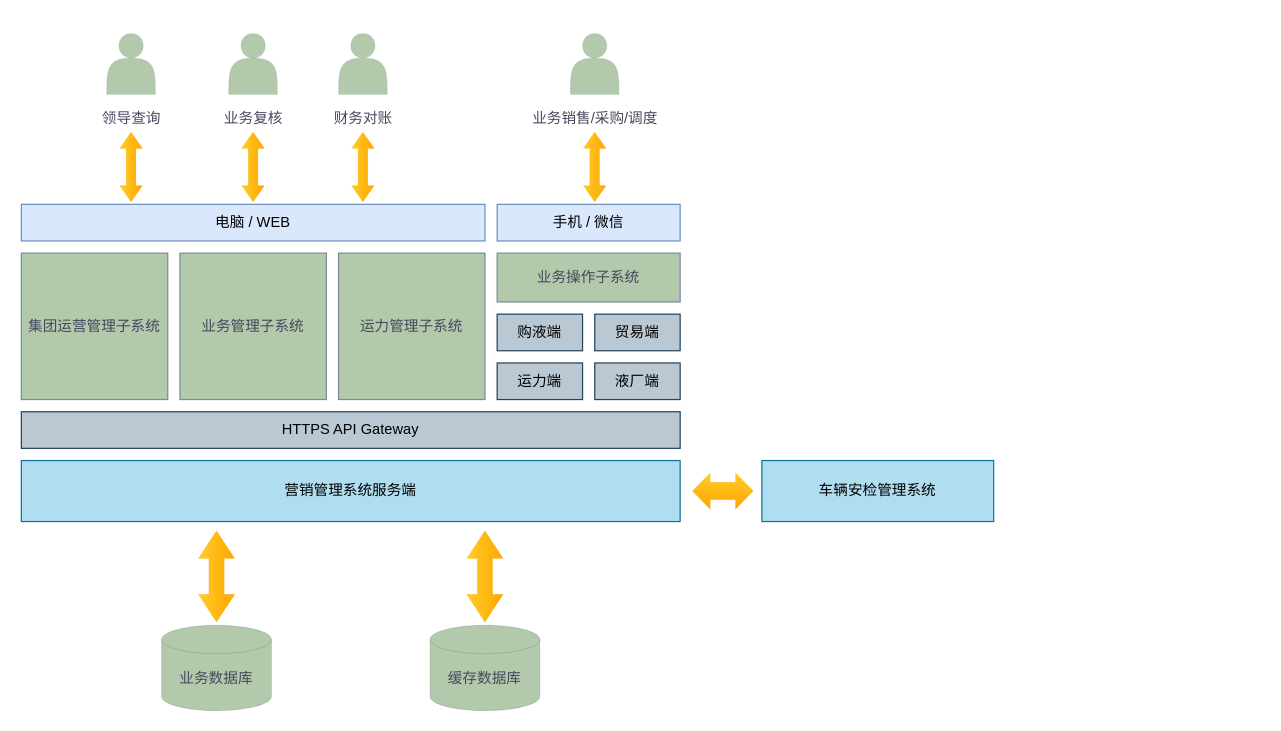
Before: Untitled Diagram.drawio in daijingjing/daijingjing.github.io, a draw.io diagram. Source tidied: cells renumbered, new cells numbered last; positions are measured from the earlier drawing's top-left corner, leaving out a move shared by most shapes. Both pictures are drawn from the tidied source at 122%, with x=0, y=0 at pixel (21, 21).
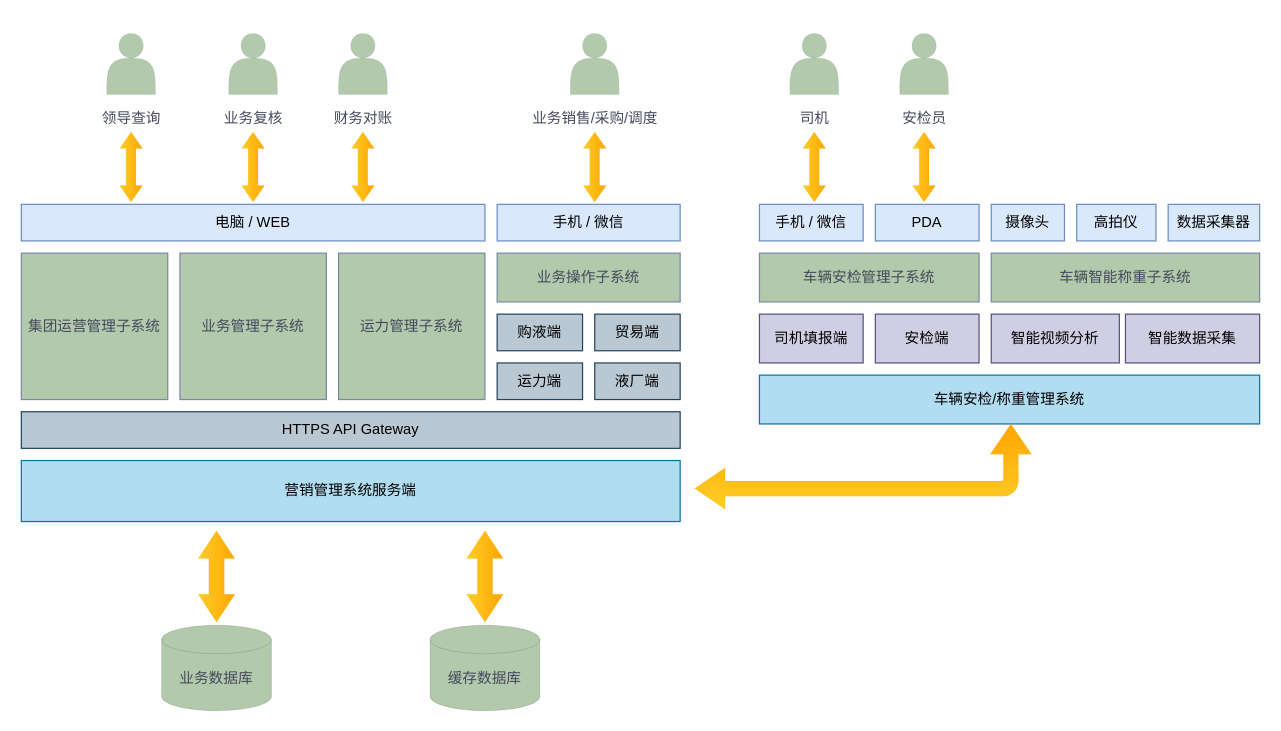
The same diagram, later.

Diff of the diagram source:
```diff
@@
-    <mxCell id="34" value="车辆安检管理系统" style="rounded=0;whiteSpace=wrap;html=1;fillColor=#b1ddf0;strokeColor=#10739e;" parent="1" vertex="1">
-      <mxGeometry x="607" y="360" width="190" height="50" as="geometry" />
+    <mxCell id="34" value="车辆安检/称重管理系统" style="rounded=0;whiteSpace=wrap;html=1;fillColor=#b1ddf0;strokeColor=#10739e;" parent="1" vertex="1">
+      <mxGeometry x="605" y="290" width="410" height="40" as="geometry" />
     </mxCell>
-    <mxCell id="35" style="html=1;shadow=0;dashed=0;align=center;verticalAlign=middle;shape=mxgraph.arrows2.twoWayArrow;dy=0.52;dx=14.67;rounded=0;sketch=0;strokeColor=#d79b00;strokeWidth=0;fillColor=#ffcd28;rotation=0;gradientColor=#ffa500;" parent="1" vertex="1">
-      <mxGeometry x="550" y="370" width="50" height="30" as="geometry" />
-    </mxCell>
+    <mxCell id="36" value="司机填报端" style="rounded=0;whiteSpace=wrap;html=1;fillColor=#d0cee2;strokeColor=#56517e;" parent="1" vertex="1">
+      <mxGeometry x="605" y="240" width="85" height="40" as="geometry" />
+    </mxCell>
+    <mxCell id="37" value="安检端" style="rounded=0;whiteSpace=wrap;html=1;fillColor=#d0cee2;strokeColor=#56517e;" parent="1" vertex="1">
+      <mxGeometry x="700" y="240" width="85" height="40" as="geometry" />
+    </mxCell>
+    <mxCell id="38" value="手机 / 微信" style="rounded=0;whiteSpace=wrap;html=1;fillColor=#dae8fc;strokeColor=#6c8ebf;labelBorderColor=none;labelBackgroundColor=none;horizontal=1;" parent="1" vertex="1">
+      <mxGeometry x="605" y="150" width="85" height="30" as="geometry" />
+    </mxCell>
+    <mxCell id="39" value="PDA" style="rounded=0;whiteSpace=wrap;html=1;fillColor=#dae8fc;strokeColor=#6c8ebf;labelBorderColor=none;labelBackgroundColor=none;horizontal=1;" parent="1" vertex="1">
+      <mxGeometry x="700" y="150" width="85" height="30" as="geometry" />
+    </mxCell>
+    <mxCell id="40" style="group;" parent="1" vertex="1">
+      <mxGeometry x="600" width="100" height="100" as="geometry" />
+    </mxCell>
+    <mxCell id="41" style="shape=actor;whiteSpace=wrap;html=1;rounded=0;sketch=0;fontColor=#46495D;strokeColor=#788AA3;strokeWidth=0;fillColor=#B2C9AB;" parent="40" vertex="1">
+      <mxGeometry x="30" y="10" width="40" height="50" as="geometry" />
+    </mxCell>
+    <mxCell id="42" value="司机" style="text;strokeColor=none;fillColor=none;html=1;fontSize=12;fontStyle=0;verticalAlign=middle;align=center;rounded=0;sketch=0;fontColor=#46495D;" parent="40" vertex="1">
+      <mxGeometry y="60" width="100" height="40" as="geometry" />
+    </mxCell>
+    <mxCell id="43" style="html=1;shadow=0;dashed=0;align=center;verticalAlign=middle;shape=mxgraph.arrows2.twoWayArrow;dy=0.57;dx=13.67;rounded=0;sketch=0;strokeColor=#d79b00;strokeWidth=0;fillColor=#ffcd28;rotation=-90;gradientColor=#ffa500;" parent="1" vertex="1">
+      <mxGeometry x="621.2" y="110" width="57.5" height="18.8" as="geometry" />
+    </mxCell>
+    <mxCell id="44" style="group;" parent="1" vertex="1">
+      <mxGeometry x="690" width="100" height="100" as="geometry" />
+    </mxCell>
+    <mxCell id="45" style="shape=actor;whiteSpace=wrap;html=1;rounded=0;sketch=0;fontColor=#46495D;strokeColor=#788AA3;strokeWidth=0;fillColor=#B2C9AB;" parent="44" vertex="1">
+      <mxGeometry x="30" y="10" width="40" height="50" as="geometry" />
+    </mxCell>
+    <mxCell id="46" value="安检员" style="text;strokeColor=none;fillColor=none;html=1;fontSize=12;fontStyle=0;verticalAlign=middle;align=center;rounded=0;sketch=0;fontColor=#46495D;" parent="44" vertex="1">
+      <mxGeometry y="60" width="100" height="40" as="geometry" />
+    </mxCell>
+    <mxCell id="47" style="html=1;shadow=0;dashed=0;align=center;verticalAlign=middle;shape=mxgraph.arrows2.twoWayArrow;dy=0.57;dx=13.67;rounded=0;sketch=0;strokeColor=#d79b00;strokeWidth=0;fillColor=#ffcd28;rotation=-90;gradientColor=#ffa500;" parent="1" vertex="1">
+      <mxGeometry x="711.2" y="110" width="57.5" height="18.8" as="geometry" />
+    </mxCell>
+    <mxCell id="48" value="车辆智能称重子系统" style="rounded=0;whiteSpace=wrap;html=1;fillColor=#B2C9AB;strokeColor=#788AA3;fontColor=#46495D;" parent="1" vertex="1">
+      <mxGeometry x="795" y="190" width="220" height="40" as="geometry" />
+    </mxCell>
+    <mxCell id="49" value="摄像头" style="rounded=0;whiteSpace=wrap;html=1;fillColor=#dae8fc;strokeColor=#6c8ebf;labelBorderColor=none;labelBackgroundColor=none;horizontal=1;" parent="1" vertex="1">
+      <mxGeometry x="795" y="150" width="60" height="30" as="geometry" />
+    </mxCell>
+    <mxCell id="50" value="高拍仪" style="rounded=0;whiteSpace=wrap;html=1;fillColor=#dae8fc;strokeColor=#6c8ebf;labelBorderColor=none;labelBackgroundColor=none;horizontal=1;" parent="1" vertex="1">
+      <mxGeometry x="865" y="150" width="65" height="30" as="geometry" />
+    </mxCell>
+    <mxCell id="51" value="数据采集器" style="rounded=0;whiteSpace=wrap;html=1;fillColor=#dae8fc;strokeColor=#6c8ebf;labelBorderColor=none;labelBackgroundColor=none;horizontal=1;" parent="1" vertex="1">
+      <mxGeometry x="940" y="150" width="75" height="30" as="geometry" />
+    </mxCell>
+    <mxCell id="52" value="车辆安检管理子系统" style="rounded=0;whiteSpace=wrap;html=1;fillColor=#B2C9AB;strokeColor=#788AA3;fontColor=#46495D;" parent="1" vertex="1">
+      <mxGeometry x="605" y="190" width="180" height="40" as="geometry" />
+    </mxCell>
+    <mxCell id="53" style="html=1;shadow=0;dashed=0;align=center;verticalAlign=middle;shape=mxgraph.arrows2.bendDoubleArrow;dy=6.17;dx=24.92;arrowHead=34;rounded=1;sketch=0;fontSize=12;strokeColor=#d79b00;strokeWidth=0;fillColor=#ffcd28;rotation=-180;gradientColor=#ffa500;" parent="1" vertex="1">
+      <mxGeometry x="551.9" y="330" width="276.2" height="70" as="geometry" />
+    </mxCell>
+    <mxCell id="54" value="智能视频分析" style="rounded=0;whiteSpace=wrap;html=1;fillColor=#d0cee2;strokeColor=#56517e;" parent="1" vertex="1">
+      <mxGeometry x="795" y="240" width="105" height="40" as="geometry" />
+    </mxCell>
+    <mxCell id="55" value="智能数据采集" style="rounded=0;whiteSpace=wrap;html=1;fillColor=#d0cee2;strokeColor=#56517e;" parent="1" vertex="1">
+      <mxGeometry x="905" y="240" width="110" height="40" as="geometry" />
+    </mxCell>
```
